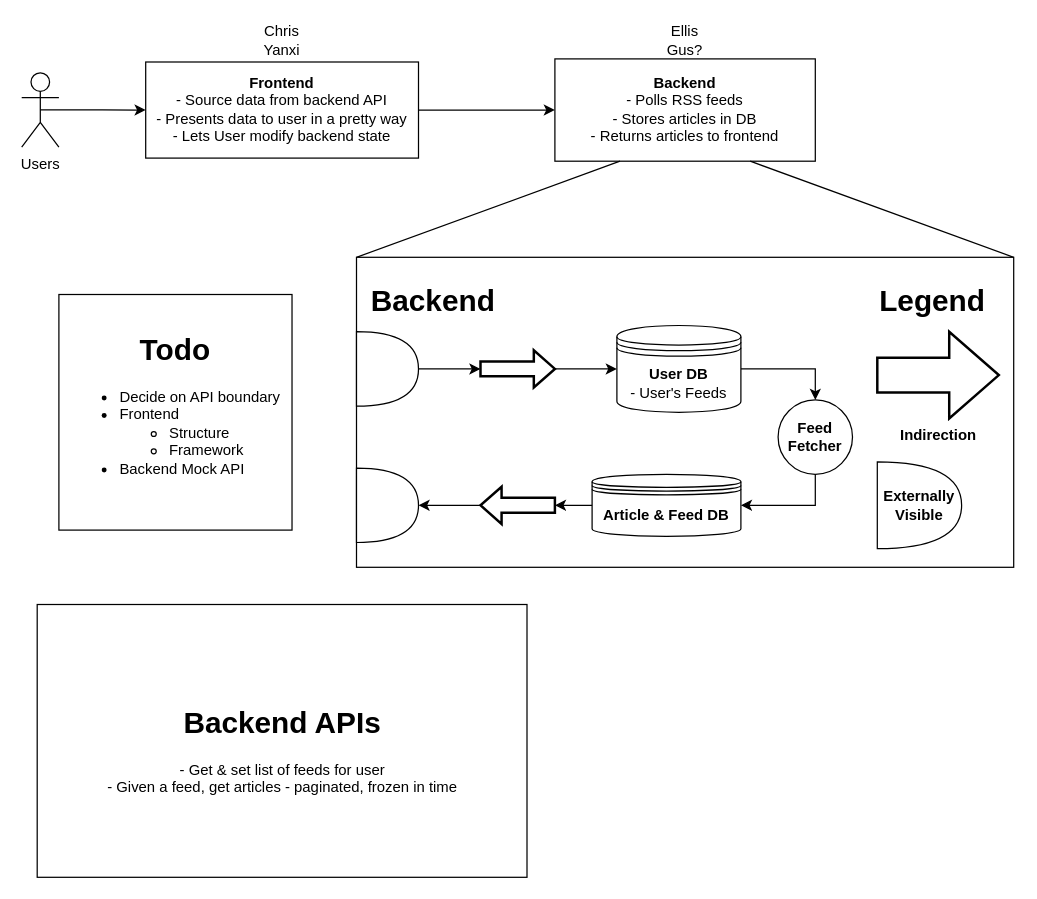
Above: diagram.drawio in Spoonbaker/csc468-project (draw.io), before the change. Source tidied: cells renumbered, new cells numbered last; positions are measured from the earlier drawing's top-left corner, leaving out a move shared by most shapes. Both pictures are drawn from the tidied source at 124%, with x=0, y=0 at pixel (21, 21).
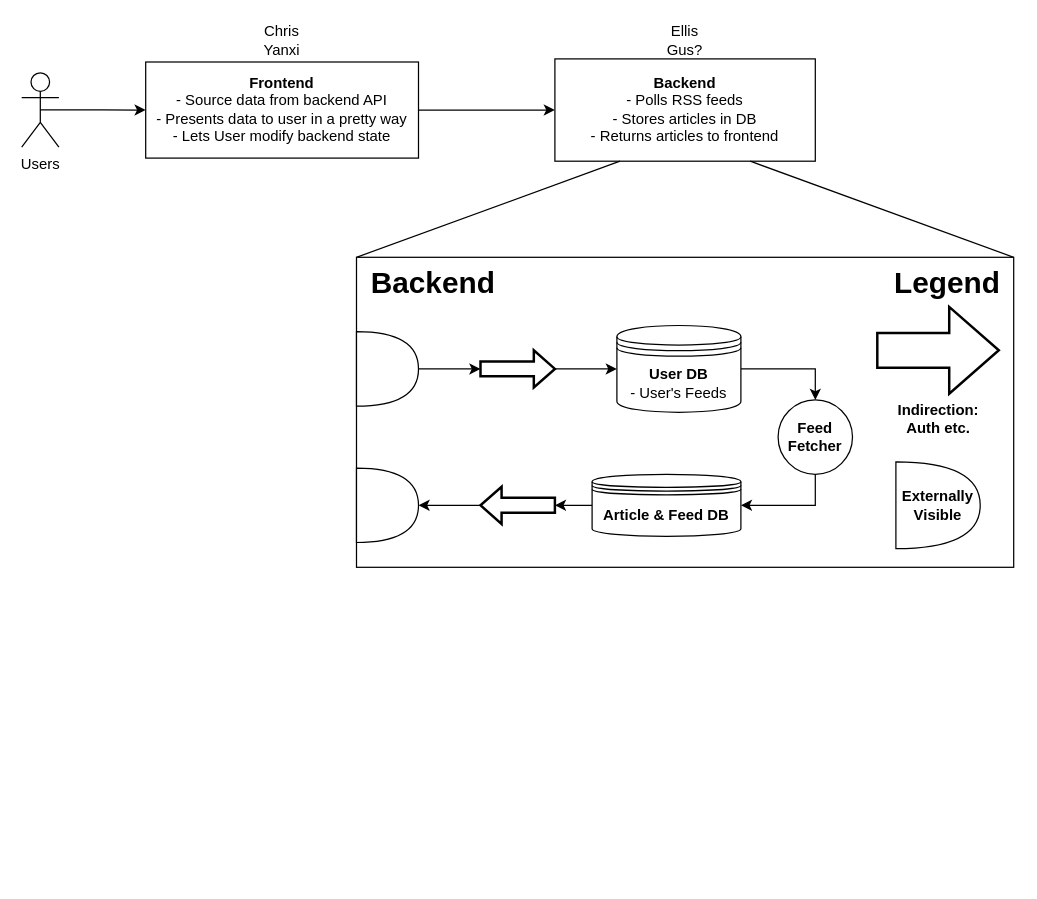
The same page after the edit.

Commit message:
Make diagram.drawio only diagram, not todos

Unchanged cells that the change refers to:
```xml
<mxCell id="9" style="group;" parent="1" vertex="1">
  <mxGeometry x="270" y="190" width="530" height="250" as="geometry" />
</mxCell>
```

Diff of the diagram source:
```diff
@@
-    <mxCell id="21" value="Indirection" style="verticalLabelPosition=bottom;verticalAlign=top;html=1;strokeWidth=2;shape=mxgraph.arrows2.arrow;dy=0.6;dx=40;notch=0;fontStyle=1;" parent="9" vertex="1">
-      <mxGeometry x="420" y="60" width="98" height="70" as="geometry" />
+    <mxCell id="21" value="&lt;div&gt;Indirection:&lt;/div&gt;&lt;div&gt;Auth etc.&lt;br&gt;&lt;/div&gt;" style="verticalLabelPosition=bottom;verticalAlign=top;html=1;strokeWidth=2;shape=mxgraph.arrows2.arrow;dy=0.6;dx=40;notch=0;fontStyle=1;" parent="9" vertex="1">
+      <mxGeometry x="420" y="40" width="98" height="70" as="geometry" />
     </mxCell>
@@
     <mxCell id="23" value="&lt;div&gt;Externally&lt;/div&gt;&lt;div&gt;Visible&lt;br&gt;&lt;/div&gt;" style="shape=or;whiteSpace=wrap;html=1;fontStyle=1;" parent="9" vertex="1">
-      <mxGeometry x="420" y="165" width="68" height="70" as="geometry" />
+      <mxGeometry x="435" y="165" width="68" height="70" as="geometry" />
     </mxCell>
     <mxCell id="24" value="&lt;h1 style=&quot;margin-top: 0px;&quot;&gt;Legend&lt;/h1&gt;" style="text;html=1;whiteSpace=wrap;overflow=hidden;rounded=0;" parent="9" vertex="1">
-      <mxGeometry x="420" y="15" width="98" height="40" as="geometry" />
+      <mxGeometry x="432" width="98" height="40" as="geometry" />
     </mxCell>
@@
     <mxCell id="27" value="&lt;h1 style=&quot;margin-top: 0px;&quot;&gt;Backend&lt;/h1&gt;" style="text;html=1;whiteSpace=wrap;overflow=hidden;rounded=0;" parent="9" vertex="1">
-      <mxGeometry x="10" y="15" width="109" height="40" as="geometry" />
+      <mxGeometry x="10" width="109" height="40" as="geometry" />
     </mxCell>
@@
-    <mxCell id="30" value="&lt;h1 style=&quot;margin-top: 0px;&quot;&gt;&lt;font style=&quot;font-size: 24px;&quot;&gt;&lt;b&gt;Todo&lt;/b&gt;&lt;/font&gt;&lt;/h1&gt;&lt;div align=&quot;left&quot;&gt;&lt;ul&gt;&lt;li&gt;Decide on API boundary&lt;br&gt;&lt;/li&gt;&lt;li&gt;Frontend&lt;/li&gt;&lt;ul&gt;&lt;li&gt;Structure&lt;/li&gt;&lt;li&gt;Framework&lt;/li&gt;&lt;/ul&gt;&lt;li&gt;Backend Mock API&lt;br&gt;&lt;/li&gt;&lt;/ul&gt;&lt;/div&gt;" style="rounded=0;whiteSpace=wrap;html=1;" parent="1" vertex="1">
-      <mxGeometry x="30" y="220" width="188" height="190" as="geometry" />
-    </mxCell>
-    <mxCell id="31" value="&lt;h1&gt;Backend APIs&lt;/h1&gt;&lt;div&gt;- Get &amp;amp; set list of feeds for user&lt;/div&gt;&lt;div&gt;- Given a feed, get articles - paginated, frozen in time&lt;br&gt;&lt;/div&gt;" style="rounded=0;whiteSpace=wrap;html=1;" parent="1" vertex="1">
-      <mxGeometry x="12.5" y="470" width="395" height="220" as="geometry" />
-    </mxCell>
```
